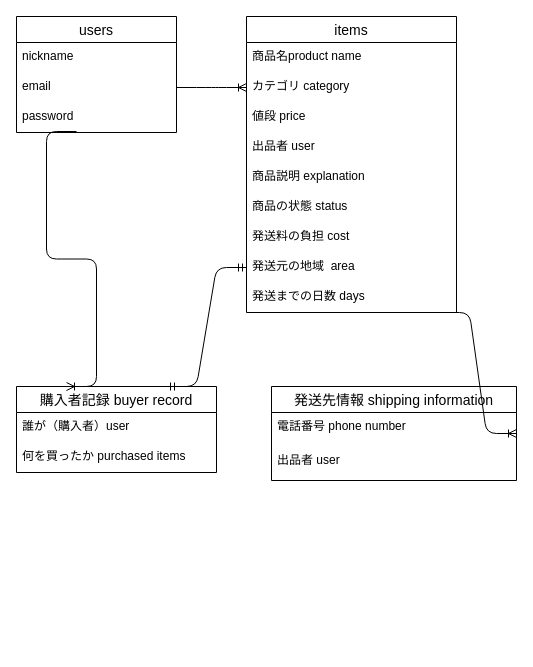
Before: test.dio in torennchi/furima35362, a draw.io diagram. Source tidied: cells renumbered, new cells numbered last; positions are measured from the earlier drawing's top-left corner, leaving out a move shared by most shapes. Both pictures are drawn from the tidied source at 100%, with x=0, y=0 at pixel (16, 16).
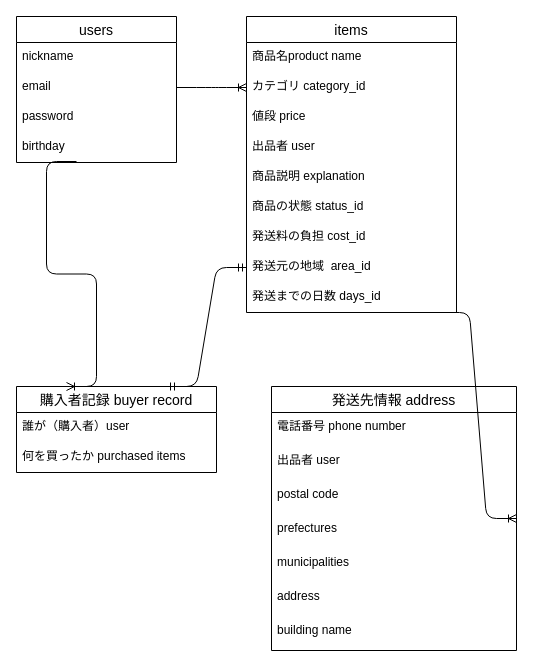
The same diagram, later.

Unchanged cells that the change refers to:
```xml
<mxCell id="2" value="items" style="swimlane;fontStyle=0;horizontal=1;startSize=26;align=center;fontSize=14;" parent="1" vertex="1">
  <mxGeometry x="230" width="210" height="296" as="geometry" />
</mxCell>
```

Diff of the diagram source:
```diff
@@
-    <mxCell id="4" value="カテゴリ category" style="text;strokeColor=none;fillColor=none;spacingLeft=4;spacingRight=4;overflow=hidden;points=[[0,0.5],[1,0.5]];portConstraint=eastwest;fontSize=12;" parent="2" vertex="1">
+    <mxCell id="4" value="カテゴリ category_id" style="text;strokeColor=none;fillColor=none;spacingLeft=4;spacingRight=4;overflow=hidden;points=[[0,0.5],[1,0.5]];portConstraint=eastwest;fontSize=12;" parent="2" vertex="1">
       <mxGeometry y="56" width="210" height="30" as="geometry" />
     </mxCell>
@@
-    <mxCell id="8" value="商品の状態 status" style="text;strokeColor=none;fillColor=none;spacingLeft=4;spacingRight=4;overflow=hidden;fontSize=12;" parent="2" vertex="1">
+    <mxCell id="8" value="商品の状態 status_id" style="text;strokeColor=none;fillColor=none;spacingLeft=4;spacingRight=4;overflow=hidden;fontSize=12;" parent="2" vertex="1">
       <mxGeometry y="176" width="210" height="30" as="geometry" />
     </mxCell>
-    <mxCell id="9" value="発送料の負担 cost" style="text;strokeColor=none;fillColor=none;spacingLeft=4;spacingRight=4;overflow=hidden;fontSize=12;" parent="2" vertex="1">
+    <mxCell id="9" value="発送料の負担 cost_id" style="text;strokeColor=none;fillColor=none;spacingLeft=4;spacingRight=4;overflow=hidden;fontSize=12;" parent="2" vertex="1">
       <mxGeometry y="206" width="210" height="30" as="geometry" />
     </mxCell>
-    <mxCell id="10" value="発送元の地域  area" style="text;strokeColor=none;fillColor=none;spacingLeft=4;spacingRight=4;overflow=hidden;points=[[0,0.5],[1,0.5]];portConstraint=eastwest;fontSize=12;" parent="2" vertex="1">
+    <mxCell id="10" value="発送元の地域  area_id" style="text;strokeColor=none;fillColor=none;spacingLeft=4;spacingRight=4;overflow=hidden;points=[[0,0.5],[1,0.5]];portConstraint=eastwest;fontSize=12;" parent="2" vertex="1">
       <mxGeometry y="236" width="210" height="30" as="geometry" />
     </mxCell>
-    <mxCell id="11" value="発送までの日数 days" style="text;strokeColor=none;fillColor=none;spacingLeft=4;spacingRight=4;overflow=hidden;points=[[0,0.5],[1,0.5]];portConstraint=eastwest;fontSize=12;" parent="2" vertex="1">
+    <mxCell id="11" value="発送までの日数 days_id" style="text;strokeColor=none;fillColor=none;spacingLeft=4;spacingRight=4;overflow=hidden;points=[[0,0.5],[1,0.5]];portConstraint=eastwest;fontSize=12;" parent="2" vertex="1">
       <mxGeometry y="266" width="210" height="30" as="geometry" />
     </mxCell>
     <mxCell id="12" value="users" style="swimlane;fontStyle=0;horizontal=1;startSize=26;align=center;fontSize=14;" parent="1" vertex="1">
-      <mxGeometry width="160" height="116" as="geometry" />
+      <mxGeometry width="160" height="146" as="geometry" />
     </mxCell>
@@
+    <mxCell id="26" value="password" style="text;strokeColor=none;fillColor=none;spacingLeft=4;spacingRight=4;overflow=hidden;fontSize=12;" parent="12" vertex="1">
+      <mxGeometry y="86" width="160" height="30" as="geometry" />
+    </mxCell>
-    <mxCell id="15" value="password" style="text;strokeColor=none;fillColor=none;spacingLeft=4;spacingRight=4;overflow=hidden;points=[[0,0.5],[1,0.5]];portConstraint=eastwest;fontSize=12;" parent="12" vertex="1">
-      <mxGeometry y="86" width="160" height="30" as="geometry" />
+    <mxCell id="15" value="birthday" style="text;strokeColor=none;fillColor=none;spacingLeft=4;spacingRight=4;overflow=hidden;points=[[0,0.5],[1,0.5]];portConstraint=eastwest;fontSize=12;" parent="12" vertex="1">
+      <mxGeometry y="116" width="160" height="30" as="geometry" />
     </mxCell>
@@
-    <mxCell id="19" value="発送先情報 shipping information" style="swimlane;fontStyle=0;horizontal=1;startSize=26;align=center;fontSize=14;" parent="1" vertex="1">
-      <mxGeometry x="255" y="370" width="245" height="94" as="geometry" />
+    <mxCell id="19" value="発送先情報 address" style="swimlane;fontStyle=0;horizontal=1;startSize=26;align=center;fontSize=14;" parent="1" vertex="1">
+      <mxGeometry x="255" y="370" width="245" height="264" as="geometry" />
     </mxCell>
@@
+    <mxCell id="27" value="postal code" style="text;strokeColor=none;fillColor=none;spacingLeft=4;spacingRight=4;overflow=hidden;fontSize=12;" parent="19" vertex="1">
+      <mxGeometry y="94" width="245" height="34" as="geometry" />
+    </mxCell>
+    <mxCell id="28" value="prefectures" style="text;strokeColor=none;fillColor=none;spacingLeft=4;spacingRight=4;overflow=hidden;fontSize=12;" parent="19" vertex="1">
+      <mxGeometry y="128" width="245" height="34" as="geometry" />
+    </mxCell>
+    <mxCell id="29" value="municipalities" style="text;strokeColor=none;fillColor=none;spacingLeft=4;spacingRight=4;overflow=hidden;fontSize=12;" parent="19" vertex="1">
+      <mxGeometry y="162" width="245" height="34" as="geometry" />
+    </mxCell>
+    <mxCell id="30" value="address" style="text;strokeColor=none;fillColor=none;spacingLeft=4;spacingRight=4;overflow=hidden;fontSize=12;" parent="19" vertex="1">
+      <mxGeometry y="196" width="245" height="34" as="geometry" />
+    </mxCell>
+    <mxCell id="31" value="building name" style="text;strokeColor=none;fillColor=none;spacingLeft=4;spacingRight=4;overflow=hidden;fontSize=12;" parent="19" vertex="1">
+      <mxGeometry y="230" width="245" height="34" as="geometry" />
+    </mxCell>
```
